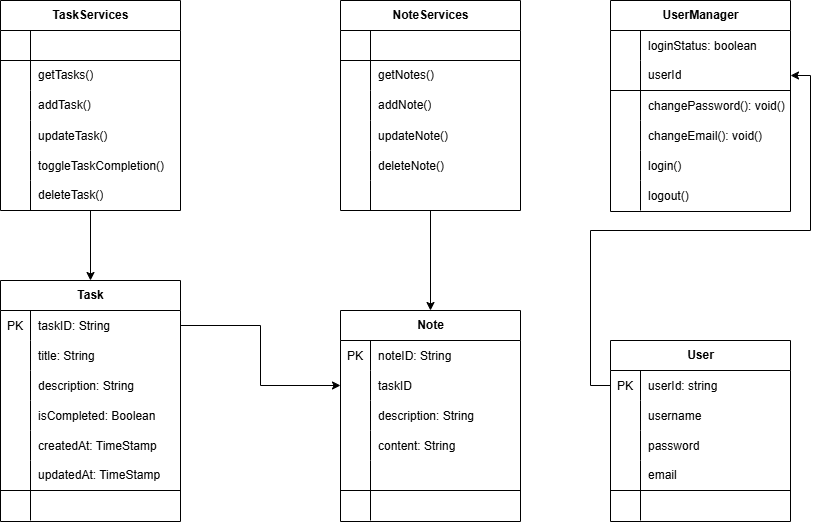
ngnhonk/Flutter-Nhom-02 keeps this draw.io diagram as assets/TaskManager.drawio.png. Above is the earlier version. Source tidied: cells renumbered, new cells last; positions are measured from the earlier drawing's top-left corner, leaving out a move shared by most shapes.
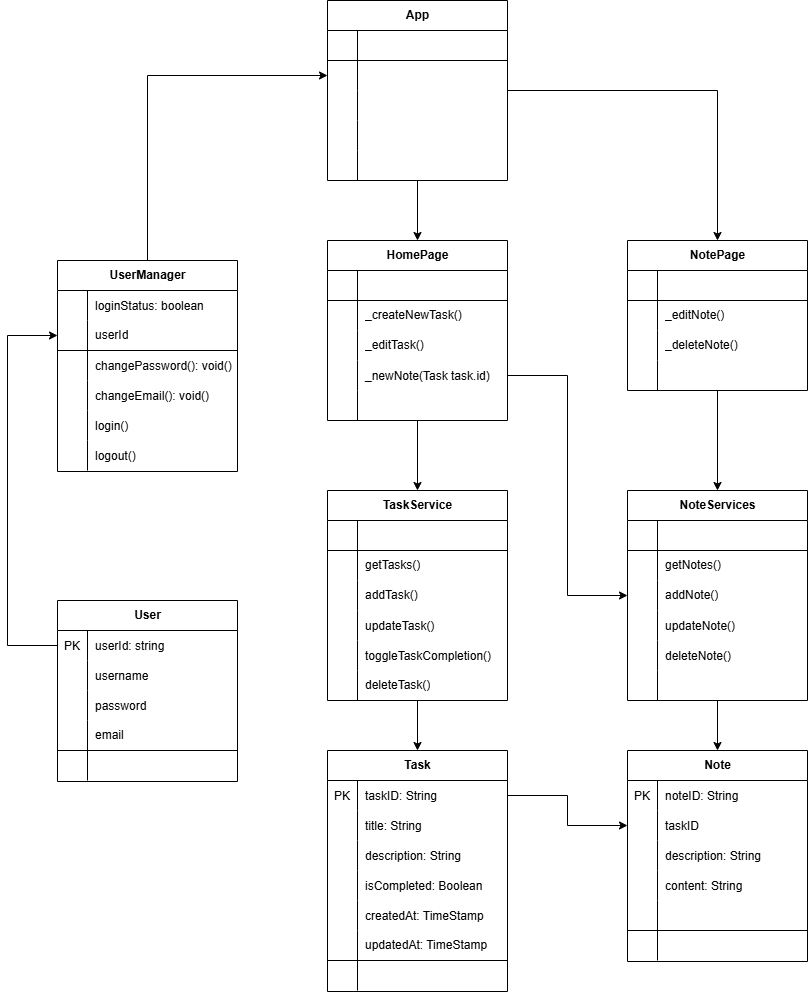
The same file after the commit.

What changed in the source:
```diff
@@ -3,7 +3,7 @@
     <mxCell id="0" />
     <mxCell id="1" parent="0" />
     <mxCell id="2" value="&lt;b&gt;Task&lt;/b&gt;" style="shape=table;startSize=30;rowLines=0;fontStyle=0;align=center;html=1;" parent="1" vertex="1">
-      <mxGeometry y="280" width="180" height="241" as="geometry" />
+      <mxGeometry y="260" width="180" height="241" as="geometry" />
     </mxCell>
     <mxCell id="3" style="shape=tableRow;horizontal=0;startSize=0;swimlaneHead=0;swimlaneBody=0;fillColor=none;points=[[0,0.5],[1,0.5]];portConstraint=eastwest;top=0;left=0;right=0;bottom=0;fontStyle=0;" parent="2" vertex="1">
       <mxGeometry y="30" width="180" height="30" as="geometry" />
@@ -69,7 +69,7 @@
       <mxGeometry x="30" width="150" height="30" as="geometry" />
     </mxCell>
     <mxCell id="24" value="&lt;b&gt;Note&lt;/b&gt;" style="shape=table;startSize=30;rowLines=0;fontStyle=0;align=center;html=1;" parent="1" vertex="1">
-      <mxGeometry x="340" y="310" width="180" height="211" as="geometry" />
+      <mxGeometry x="300" y="260" width="180" height="211" as="geometry" />
     </mxCell>
     <mxCell id="25" style="shape=tableRow;horizontal=0;startSize=0;swimlaneHead=0;swimlaneBody=0;fillColor=none;top=0;left=0;right=0;bottom=0;fontStyle=0;" parent="24" vertex="1">
       <mxGeometry y="30" width="180" height="30" as="geometry" />
@@ -131,7 +131,7 @@
     <mxCell id="44" style="edgeStyle=orthogonalEdgeStyle;rounded=0;jettySize=auto;html=1;" parent="1" edge="1" source="45" target="2">
       <mxGeometry relative="1" as="geometry" />
     </mxCell>
-    <mxCell id="45" value="TaskServices" style="shape=table;startSize=30;rowLines=0;fontStyle=1;align=center;html=1;" parent="1" vertex="1">
+    <mxCell id="45" value="TaskService" style="shape=table;startSize=30;rowLines=0;fontStyle=1;align=center;html=1;" parent="1" vertex="1">
       <mxGeometry width="180" height="210" as="geometry" />
     </mxCell>
     <mxCell id="46" style="shape=tableRow;horizontal=0;startSize=0;swimlaneHead=0;swimlaneBody=0;fillColor=none;top=0;left=0;right=0;bottom=1;" parent="45" vertex="1">
@@ -192,7 +192,7 @@
       <mxGeometry relative="1" as="geometry" />
     </mxCell>
     <mxCell id="65" value="NoteServices" style="shape=table;startSize=30;rowLines=0;fontStyle=1;align=center;html=1;" parent="1" vertex="1">
-      <mxGeometry x="340" width="180" height="210" as="geometry" />
+      <mxGeometry x="300" width="180" height="210" as="geometry" />
     </mxCell>
     <mxCell id="66" style="shape=tableRow;horizontal=0;startSize=0;swimlaneHead=0;swimlaneBody=0;fillColor=none;top=0;left=0;right=0;bottom=1;" parent="65" vertex="1">
       <mxGeometry y="30" width="180" height="30" as="geometry" />
@@ -249,7 +249,7 @@
       <mxGeometry x="30" width="150" height="30" as="geometry" />
     </mxCell>
     <mxCell id="84" value="&lt;b&gt;User&lt;/b&gt;" style="shape=table;startSize=30;rowLines=0;fontStyle=0;align=center;html=1;" parent="1" vertex="1">
-      <mxGeometry x="610" y="340" width="180" height="181" as="geometry" />
+      <mxGeometry x="-270" y="110" width="180" height="181" as="geometry" />
     </mxCell>
     <mxCell id="85" style="shape=tableRow;horizontal=0;startSize=0;swimlaneHead=0;swimlaneBody=0;fillColor=none;points=[[0,0.5],[1,0.5]];portConstraint=eastwest;top=0;left=0;right=0;bottom=0;fontStyle=0;" parent="84" vertex="1">
       <mxGeometry y="30" width="180" height="30" as="geometry" />
@@ -296,8 +296,11 @@
     <mxCell id="99" style="shape=partialRectangle;fillColor=none;top=0;left=0;bottom=0;right=0;align=left;spacingLeft=6;overflow=hidden;" parent="97" vertex="1">
       <mxGeometry x="30" width="150" height="30" as="geometry" />
     </mxCell>
+    <mxCell id="120" style="edgeStyle=orthogonalEdgeStyle;rounded=0;jettySize=auto;html=1;" parent="1" edge="1" source="100" target="127">
+      <mxGeometry relative="1" as="geometry" />
+    </mxCell>
     <mxCell id="100" value="&lt;b&gt;UserManager&lt;/b&gt;" style="shape=table;startSize=30;rowLines=0;fontStyle=0;align=center;html=1;" parent="1" vertex="1">
-      <mxGeometry x="610" width="180" height="211" as="geometry" />
+      <mxGeometry x="-270" y="-230" width="180" height="211" as="geometry" />
     </mxCell>
     <mxCell id="101" style="shape=tableRow;horizontal=0;startSize=0;swimlaneHead=0;swimlaneBody=0;fillColor=none;top=0;left=0;right=0;bottom=0;" parent="100" vertex="1">
       <mxGeometry y="30" width="180" height="30" as="geometry" />
@@ -354,7 +357,162 @@
       <mxGeometry x="30" width="150" height="30" as="geometry" />
     </mxCell>
     <mxCell id="119" style="edgeStyle=orthogonalEdgeStyle;rounded=0;jettySize=auto;html=1;" parent="1" edge="1" source="85" target="104">
-      <mxGeometry relative="1" as="geometry" />
+      <mxGeometry relative="1" as="geometry">
+        <Array as="points">
+          <mxPoint x="-320" y="155" />
+          <mxPoint x="-320" y="-155" />
+        </Array>
+      </mxGeometry>
     </mxCell>
+    <mxCell id="121" style="edgeStyle=orthogonalEdgeStyle;rounded=0;jettySize=auto;html=1;" parent="1" edge="1" source="123" target="140">
+      <mxGeometry relative="1" as="geometry" />
+    </mxCell>
+    <mxCell id="122" style="edgeStyle=orthogonalEdgeStyle;rounded=0;jettySize=auto;html=1;" parent="1" edge="1" source="123" target="157">
+      <mxGeometry relative="1" as="geometry" />
+    </mxCell>
+    <mxCell id="123" value="App" style="shape=table;startSize=30;rowLines=0;fontStyle=1;align=center;html=1;" parent="1" vertex="1">
+      <mxGeometry y="-490" width="180" height="180" as="geometry" />
+    </mxCell>
+    <mxCell id="124" style="shape=tableRow;horizontal=0;startSize=0;swimlaneHead=0;swimlaneBody=0;fillColor=none;top=0;left=0;right=0;bottom=1;" parent="123" vertex="1">
+      <mxGeometry y="30" width="180" height="30" as="geometry" />
+    </mxCell>
+    <mxCell id="125" style="shape=partialRectangle;fillColor=none;top=0;left=0;bottom=0;right=0;fontStyle=1;overflow=hidden;whiteSpace=wrap;html=1;" parent="124" vertex="1">
+      <mxGeometry width="30" height="30" as="geometry" />
+    </mxCell>
+    <mxCell id="126" style="shape=partialRectangle;fillColor=none;top=0;left=0;bottom=0;right=0;align=left;spacingLeft=6;fontStyle=5;overflow=hidden;whiteSpace=wrap;html=1;" parent="124" vertex="1">
+      <mxGeometry x="30" width="150" height="30" as="geometry" />
+    </mxCell>
+    <mxCell id="127" style="shape=tableRow;horizontal=0;startSize=0;swimlaneHead=0;swimlaneBody=0;fillColor=none;points=[[0,0.5],[1,0.5]];portConstraint=eastwest;top=0;left=0;right=0;bottom=0;" parent="123" vertex="1">
+      <mxGeometry y="60" width="180" height="30" as="geometry" />
+    </mxCell>
+    <mxCell id="128" style="shape=partialRectangle;fillColor=none;top=0;left=0;bottom=0;right=0;overflow=hidden;whiteSpace=wrap;html=1;" parent="127" vertex="1">
+      <mxGeometry width="30" height="30" as="geometry" />
+    </mxCell>
+    <mxCell id="129" style="shape=partialRectangle;fillColor=none;top=0;left=0;bottom=0;right=0;align=left;spacingLeft=6;overflow=hidden;whiteSpace=wrap;html=1;" parent="127" vertex="1">
+      <mxGeometry x="30" width="150" height="30" as="geometry" />
+    </mxCell>
+    <mxCell id="130" style="shape=tableRow;horizontal=0;startSize=0;swimlaneHead=0;swimlaneBody=0;fillColor=none;top=0;left=0;right=0;bottom=0;" parent="123" vertex="1">
+      <mxGeometry y="90" width="180" height="30" as="geometry" />
+    </mxCell>
+    <mxCell id="131" style="shape=partialRectangle;fillColor=none;top=0;left=0;bottom=0;right=0;overflow=hidden;whiteSpace=wrap;html=1;" parent="130" vertex="1">
+      <mxGeometry width="30" height="30" as="geometry" />
+    </mxCell>
+    <mxCell id="132" style="shape=partialRectangle;fillColor=none;top=0;left=0;bottom=0;right=0;align=left;spacingLeft=6;overflow=hidden;whiteSpace=wrap;html=1;" parent="130" vertex="1">
+      <mxGeometry x="30" width="150" height="30" as="geometry" />
+    </mxCell>
+    <mxCell id="133" style="shape=tableRow;horizontal=0;startSize=0;swimlaneHead=0;swimlaneBody=0;fillColor=none;top=0;left=0;right=0;bottom=0;" parent="123" vertex="1">
+      <mxGeometry y="120" width="180" height="30" as="geometry" />
+    </mxCell>
+    <mxCell id="134" style="shape=partialRectangle;fillColor=none;top=0;left=0;bottom=0;right=0;overflow=hidden;" parent="133" vertex="1">
+      <mxGeometry width="30" height="30" as="geometry" />
+    </mxCell>
+    <mxCell id="135" style="shape=partialRectangle;fillColor=none;top=0;left=0;bottom=0;right=0;align=left;spacingLeft=6;overflow=hidden;" parent="133" vertex="1">
+      <mxGeometry x="30" width="150" height="30" as="geometry" />
+    </mxCell>
+    <mxCell id="136" style="shape=tableRow;horizontal=0;startSize=0;swimlaneHead=0;swimlaneBody=0;fillColor=none;top=0;left=0;right=0;bottom=0;" parent="123" vertex="1">
+      <mxGeometry y="150" width="180" height="30" as="geometry" />
+    </mxCell>
+    <mxCell id="137" style="shape=partialRectangle;fillColor=none;top=0;left=0;bottom=0;right=0;overflow=hidden;whiteSpace=wrap;html=1;" parent="136" vertex="1">
+      <mxGeometry width="30" height="30" as="geometry" />
+    </mxCell>
+    <mxCell id="138" style="shape=partialRectangle;fillColor=none;top=0;left=0;bottom=0;right=0;align=left;spacingLeft=6;overflow=hidden;whiteSpace=wrap;html=1;" parent="136" vertex="1">
+      <mxGeometry x="30" width="150" height="30" as="geometry" />
+    </mxCell>
+    <mxCell id="139" style="edgeStyle=orthogonalEdgeStyle;rounded=0;jettySize=auto;html=1;entryX=0.5;entryY=0;entryDx=0;entryDy=0;" parent="1" edge="1" source="140" target="45">
+      <mxGeometry relative="1" as="geometry" />
+    </mxCell>
+    <mxCell id="140" value="HomePage" style="shape=table;startSize=30;rowLines=0;fontStyle=1;align=center;html=1;" parent="1" vertex="1">
+      <mxGeometry y="-250" width="180" height="180" as="geometry" />
+    </mxCell>
+    <mxCell id="141" style="shape=tableRow;horizontal=0;startSize=0;swimlaneHead=0;swimlaneBody=0;fillColor=none;top=0;left=0;right=0;bottom=1;" parent="140" vertex="1">
+      <mxGeometry y="30" width="180" height="30" as="geometry" />
+    </mxCell>
+    <mxCell id="142" style="shape=partialRectangle;fillColor=none;top=0;left=0;bottom=0;right=0;fontStyle=1;overflow=hidden;whiteSpace=wrap;html=1;" parent="141" vertex="1">
+      <mxGeometry width="30" height="30" as="geometry" />
+    </mxCell>
+    <mxCell id="143" style="shape=partialRectangle;fillColor=none;top=0;left=0;bottom=0;right=0;align=left;spacingLeft=6;fontStyle=5;overflow=hidden;whiteSpace=wrap;html=1;" parent="141" vertex="1">
+      <mxGeometry x="30" width="150" height="30" as="geometry" />
+    </mxCell>
+    <mxCell id="144" style="shape=tableRow;horizontal=0;startSize=0;swimlaneHead=0;swimlaneBody=0;fillColor=none;top=0;left=0;right=0;bottom=0;" parent="140" vertex="1">
+      <mxGeometry y="60" width="180" height="30" as="geometry" />
+    </mxCell>
+    <mxCell id="145" style="shape=partialRectangle;fillColor=none;top=0;left=0;bottom=0;right=0;overflow=hidden;whiteSpace=wrap;html=1;" parent="144" vertex="1">
+      <mxGeometry width="30" height="30" as="geometry" />
+    </mxCell>
+    <mxCell id="146" value="_createNewTask()" style="shape=partialRectangle;fillColor=none;top=0;left=0;bottom=0;right=0;align=left;spacingLeft=6;overflow=hidden;whiteSpace=wrap;html=1;" parent="144" vertex="1">
+      <mxGeometry x="30" width="150" height="30" as="geometry" />
+    </mxCell>
+    <mxCell id="147" style="shape=tableRow;horizontal=0;startSize=0;swimlaneHead=0;swimlaneBody=0;fillColor=none;top=0;left=0;right=0;bottom=0;" parent="140" vertex="1">
+      <mxGeometry y="90" width="180" height="30" as="geometry" />
+    </mxCell>
+    <mxCell id="148" style="shape=partialRectangle;fillColor=none;top=0;left=0;bottom=0;right=0;overflow=hidden;whiteSpace=wrap;html=1;" parent="147" vertex="1">
+      <mxGeometry width="30" height="30" as="geometry" />
+    </mxCell>
+    <mxCell id="149" value="_editTask()" style="shape=partialRectangle;fillColor=none;top=0;left=0;bottom=0;right=0;align=left;spacingLeft=6;overflow=hidden;whiteSpace=wrap;html=1;" parent="147" vertex="1">
+      <mxGeometry x="30" width="150" height="30" as="geometry" />
+    </mxCell>
+    <mxCell id="150" style="shape=tableRow;horizontal=0;startSize=0;swimlaneHead=0;swimlaneBody=0;fillColor=none;points=[[0,0.5],[1,0.5]];portConstraint=eastwest;top=0;left=0;right=0;bottom=0;" parent="140" vertex="1">
+      <mxGeometry y="120" width="180" height="30" as="geometry" />
+    </mxCell>
+    <mxCell id="151" style="shape=partialRectangle;fillColor=none;top=0;left=0;bottom=0;right=0;overflow=hidden;" parent="150" vertex="1">
+      <mxGeometry width="30" height="30" as="geometry" />
+    </mxCell>
+    <mxCell id="152" value="_newNote(Task task.id)" style="shape=partialRectangle;fillColor=none;top=0;left=0;bottom=0;right=0;align=left;spacingLeft=6;overflow=hidden;" parent="150" vertex="1">
+      <mxGeometry x="30" width="150" height="30" as="geometry" />
+    </mxCell>
+    <mxCell id="153" style="shape=tableRow;horizontal=0;startSize=0;swimlaneHead=0;swimlaneBody=0;fillColor=none;top=0;left=0;right=0;bottom=0;" parent="140" vertex="1">
+      <mxGeometry y="150" width="180" height="30" as="geometry" />
+    </mxCell>
+    <mxCell id="154" style="shape=partialRectangle;fillColor=none;top=0;left=0;bottom=0;right=0;overflow=hidden;whiteSpace=wrap;html=1;" parent="153" vertex="1">
+      <mxGeometry width="30" height="30" as="geometry" />
+    </mxCell>
+    <mxCell id="155" style="shape=partialRectangle;fillColor=none;top=0;left=0;bottom=0;right=0;align=left;spacingLeft=6;overflow=hidden;whiteSpace=wrap;html=1;" parent="153" vertex="1">
+      <mxGeometry x="30" width="150" height="30" as="geometry" />
+    </mxCell>
+    <mxCell id="156" style="edgeStyle=orthogonalEdgeStyle;rounded=0;jettySize=auto;html=1;" parent="1" edge="1" source="157" target="65">
+      <mxGeometry relative="1" as="geometry" />
+    </mxCell>
+    <mxCell id="157" value="NotePage" style="shape=table;startSize=30;rowLines=0;fontStyle=1;align=center;html=1;" parent="1" vertex="1">
+      <mxGeometry x="300" y="-250" width="180" height="150" as="geometry" />
+    </mxCell>
+    <mxCell id="158" style="shape=tableRow;horizontal=0;startSize=0;swimlaneHead=0;swimlaneBody=0;fillColor=none;top=0;left=0;right=0;bottom=1;" parent="157" vertex="1">
+      <mxGeometry y="30" width="180" height="30" as="geometry" />
+    </mxCell>
+    <mxCell id="159" style="shape=partialRectangle;fillColor=none;top=0;left=0;bottom=0;right=0;fontStyle=1;overflow=hidden;whiteSpace=wrap;html=1;" parent="158" vertex="1">
+      <mxGeometry width="30" height="30" as="geometry" />
+    </mxCell>
+    <mxCell id="160" style="shape=partialRectangle;fillColor=none;top=0;left=0;bottom=0;right=0;align=left;spacingLeft=6;fontStyle=5;overflow=hidden;whiteSpace=wrap;html=1;" parent="158" vertex="1">
+      <mxGeometry x="30" width="150" height="30" as="geometry" />
+    </mxCell>
+    <mxCell id="161" style="shape=tableRow;horizontal=0;startSize=0;swimlaneHead=0;swimlaneBody=0;fillColor=none;top=0;left=0;right=0;bottom=0;" parent="157" vertex="1">
+      <mxGeometry y="60" width="180" height="30" as="geometry" />
+    </mxCell>
+    <mxCell id="162" style="shape=partialRectangle;fillColor=none;top=0;left=0;bottom=0;right=0;overflow=hidden;whiteSpace=wrap;html=1;" parent="161" vertex="1">
+      <mxGeometry width="30" height="30" as="geometry" />
+    </mxCell>
+    <mxCell id="163" value="_editNote()" style="shape=partialRectangle;fillColor=none;top=0;left=0;bottom=0;right=0;align=left;spacingLeft=6;overflow=hidden;whiteSpace=wrap;html=1;" parent="161" vertex="1">
+      <mxGeometry x="30" width="150" height="30" as="geometry" />
+    </mxCell>
+    <mxCell id="164" style="shape=tableRow;horizontal=0;startSize=0;swimlaneHead=0;swimlaneBody=0;fillColor=none;top=0;left=0;right=0;bottom=0;" parent="157" vertex="1">
+      <mxGeometry y="90" width="180" height="30" as="geometry" />
+    </mxCell>
+    <mxCell id="165" style="shape=partialRectangle;fillColor=none;top=0;left=0;bottom=0;right=0;overflow=hidden;whiteSpace=wrap;html=1;" parent="164" vertex="1">
+      <mxGeometry width="30" height="30" as="geometry" />
+    </mxCell>
+    <mxCell id="166" value="_deleteNote()" style="shape=partialRectangle;fillColor=none;top=0;left=0;bottom=0;right=0;align=left;spacingLeft=6;overflow=hidden;whiteSpace=wrap;html=1;" parent="164" vertex="1">
+      <mxGeometry x="30" width="150" height="30" as="geometry" />
+    </mxCell>
+    <mxCell id="167" style="shape=tableRow;horizontal=0;startSize=0;swimlaneHead=0;swimlaneBody=0;fillColor=none;top=0;left=0;right=0;bottom=0;" parent="157" vertex="1">
+      <mxGeometry y="120" width="180" height="30" as="geometry" />
+    </mxCell>
+    <mxCell id="168" style="shape=partialRectangle;fillColor=none;top=0;left=0;bottom=0;right=0;overflow=hidden;whiteSpace=wrap;html=1;" parent="167" vertex="1">
+      <mxGeometry width="30" height="30" as="geometry" />
+    </mxCell>
+    <mxCell id="169" style="shape=partialRectangle;fillColor=none;top=0;left=0;bottom=0;right=0;align=left;spacingLeft=6;overflow=hidden;whiteSpace=wrap;html=1;" parent="167" vertex="1">
+      <mxGeometry x="30" width="150" height="30" as="geometry" />
+    </mxCell>
+    <mxCell id="170" style="edgeStyle=orthogonalEdgeStyle;rounded=0;jettySize=auto;html=1;" parent="1" edge="1" source="150" target="72">
+      <mxGeometry relative="1" as="geometry" />
+    </mxCell>
   </root>
 </mxGraphModel>
```
